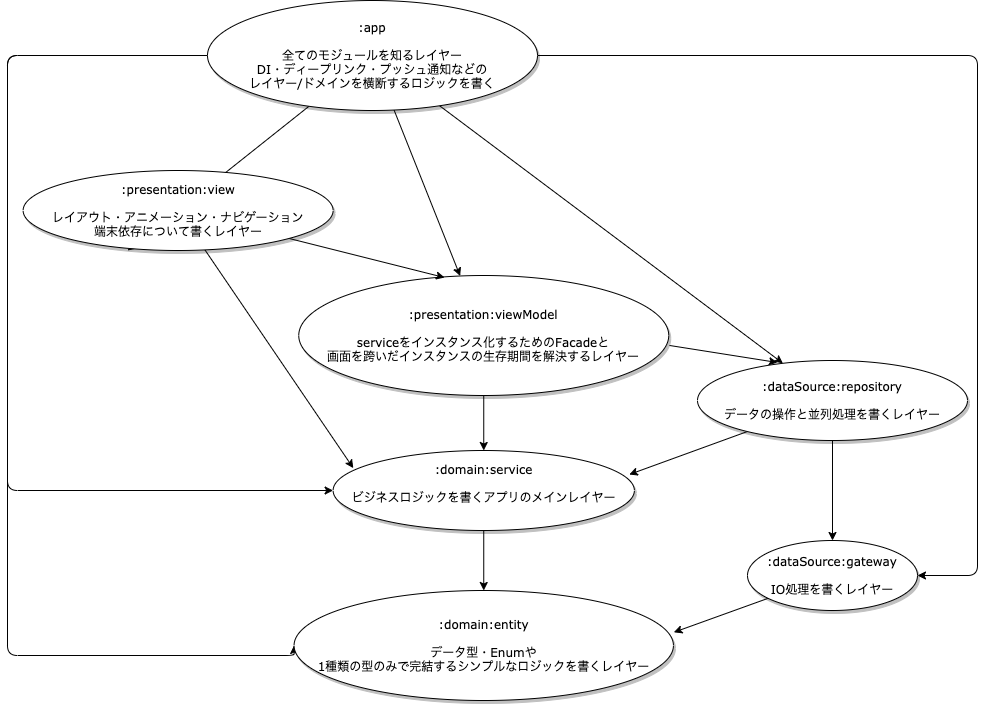
Before: document/ArchitectureDiagram.png, a diagram exported from draw.io (narumichi0710/AndroidArchitectureTemplate). Source tidied: cells renumbered, new cells last; positions are measured from the earlier drawing's top-left corner, leaving out a move shared by most shapes. Source of this version:
```xml
<mxGraphModel>
  <root>
    <mxCell id="0" />
    <mxCell id="1" parent="0" />
    <mxCell id="2" style="edgeStyle=none;rounded=1;jettySize=auto;html=1;entryX=0.337;entryY=1;entryDx=0;entryDy=0;entryPerimeter=0;" parent="1" edge="1" source="8" target="22">
      <mxGeometry relative="1" as="geometry" />
    </mxCell>
    <mxCell id="3" style="edgeStyle=none;rounded=1;jettySize=auto;html=1;" parent="1" edge="1" source="8" target="11">
      <mxGeometry relative="1" as="geometry" />
    </mxCell>
    <mxCell id="4" style="edgeStyle=none;rounded=1;jettySize=auto;html=1;" parent="1" edge="1" source="8" target="14">
      <mxGeometry relative="1" as="geometry" />
    </mxCell>
    <mxCell id="5" style="edgeStyle=orthogonalEdgeStyle;rounded=1;jettySize=auto;html=1;entryX=0;entryY=0.5;entryDx=0;entryDy=0;" parent="1" edge="1" source="8" target="19">
      <mxGeometry relative="1" as="geometry">
        <Array as="points">
          <mxPoint y="55" />
          <mxPoint y="655" />
        </Array>
      </mxGeometry>
    </mxCell>
    <mxCell id="6" style="edgeStyle=orthogonalEdgeStyle;rounded=1;jettySize=auto;html=1;entryX=0;entryY=0.5;entryDx=0;entryDy=0;" parent="1" edge="1" source="8" target="18">
      <mxGeometry relative="1" as="geometry">
        <Array as="points">
          <mxPoint y="55" />
          <mxPoint y="490" />
        </Array>
      </mxGeometry>
    </mxCell>
    <mxCell id="7" style="edgeStyle=orthogonalEdgeStyle;rounded=1;jettySize=auto;html=1;entryX=1;entryY=0.5;entryDx=0;entryDy=0;" parent="1" edge="1" source="8" target="16">
      <mxGeometry relative="1" as="geometry">
        <Array as="points">
          <mxPoint x="970" y="55" />
          <mxPoint x="970" y="575" />
        </Array>
      </mxGeometry>
    </mxCell>
    <mxCell id="8" value=":app&lt;br&gt;&lt;br&gt;全てのモジュールを知るレイヤー&lt;br&gt;DI・ディープリンク・プッシュ通知などの&lt;br&gt;レイヤー/ドメインを横断するロジックを書く" style="ellipse;whiteSpace=wrap;html=1;rounded=0;shadow=1;comic=0;labelBackgroundColor=none;strokeWidth=1;fontFamily=Verdana;fontSize=12;align=center;" parent="1" vertex="1">
      <mxGeometry x="200" width="330" height="110" as="geometry" />
    </mxCell>
    <mxCell id="9" style="edgeStyle=none;rounded=1;jettySize=auto;html=1;" parent="1" edge="1" source="11" target="18">
      <mxGeometry relative="1" as="geometry" />
    </mxCell>
    <mxCell id="10" style="edgeStyle=none;rounded=1;jettySize=auto;html=1;entryX=0.296;entryY=0.025;entryDx=0;entryDy=0;entryPerimeter=0;exitX=1.002;exitY=0.583;exitDx=0;exitDy=0;exitPerimeter=0;" parent="1" edge="1" source="11" target="14">
      <mxGeometry relative="1" as="geometry" />
    </mxCell>
    <mxCell id="11" value=":presentation:viewModel&lt;br&gt;&lt;br&gt;serviceをインスタンス化するためのFacadeと&lt;br&gt;画面を跨いだインスタンスの生存期間を解決するレイヤー" style="ellipse;whiteSpace=wrap;html=1;rounded=0;shadow=1;comic=0;labelBackgroundColor=none;strokeWidth=1;fontFamily=Verdana;fontSize=12;align=center;" parent="1" vertex="1">
      <mxGeometry x="291.2" y="275" width="370" height="120" as="geometry" />
    </mxCell>
    <mxCell id="12" style="edgeStyle=none;rounded=1;jettySize=auto;html=1;entryX=0.983;entryY=0.3;entryDx=0;entryDy=0;entryPerimeter=0;" parent="1" edge="1" source="14" target="18">
      <mxGeometry relative="1" as="geometry" />
    </mxCell>
    <mxCell id="13" style="edgeStyle=none;rounded=1;jettySize=auto;html=1;" parent="1" edge="1" source="14" target="16">
      <mxGeometry relative="1" as="geometry" />
    </mxCell>
    <mxCell id="14" value=":dataSource:repository&lt;br&gt;&lt;br&gt;データの操作と並列処理を書くレイヤー" style="ellipse;whiteSpace=wrap;html=1;rounded=0;shadow=1;comic=0;labelBackgroundColor=none;strokeWidth=1;fontFamily=Verdana;fontSize=12;align=center;" parent="1" vertex="1">
      <mxGeometry x="690" y="360" width="270" height="80" as="geometry" />
    </mxCell>
    <mxCell id="15" style="edgeStyle=none;rounded=1;jettySize=auto;html=1;entryX=1.001;entryY=0.38;entryDx=0;entryDy=0;entryPerimeter=0;" parent="1" edge="1" source="16" target="19">
      <mxGeometry relative="1" as="geometry" />
    </mxCell>
    <mxCell id="16" value=":dataSource:gateway&lt;br&gt;&lt;br&gt;IO処理を書くレイヤー" style="ellipse;whiteSpace=wrap;html=1;rounded=0;shadow=1;comic=0;labelBackgroundColor=none;strokeWidth=1;fontFamily=Verdana;fontSize=12;align=center;" parent="1" vertex="1">
      <mxGeometry x="740" y="540" width="170" height="70" as="geometry" />
    </mxCell>
    <mxCell id="17" style="edgeStyle=none;rounded=1;jettySize=auto;html=1;entryX=0.5;entryY=0;entryDx=0;entryDy=0;" parent="1" edge="1" source="18" target="19">
      <mxGeometry relative="1" as="geometry" />
    </mxCell>
    <mxCell id="18" value="&lt;span&gt;:domain:service&lt;br&gt;&lt;br&gt;ビジネスロジックを書くアプリのメインレイヤー&lt;br&gt;&lt;br&gt;&lt;/span&gt;" style="ellipse;whiteSpace=wrap;html=1;rounded=0;shadow=1;comic=0;labelBackgroundColor=none;strokeWidth=1;fontFamily=Verdana;fontSize=12;align=center;" parent="1" vertex="1">
      <mxGeometry x="325.6" y="450" width="301.3" height="80" as="geometry" />
    </mxCell>
    <mxCell id="19" value=":domain:entity&lt;br&gt;&lt;br&gt;データ型・Enumや&lt;br&gt;1種類の型のみで完結するシンプルなロジックを書くレイヤー" style="ellipse;whiteSpace=wrap;html=1;rounded=0;shadow=1;comic=0;labelBackgroundColor=none;strokeWidth=1;fontFamily=Verdana;fontSize=12;align=center;" parent="1" vertex="1">
      <mxGeometry x="286.6" y="590" width="379.4" height="110" as="geometry" />
    </mxCell>
    <mxCell id="20" style="edgeStyle=none;rounded=1;jettySize=auto;html=1;entryX=0.067;entryY=0.22;entryDx=0;entryDy=0;entryPerimeter=0;" parent="1" edge="1" source="22" target="18">
      <mxGeometry relative="1" as="geometry" />
    </mxCell>
    <mxCell id="21" style="edgeStyle=none;rounded=1;jettySize=auto;html=1;entryX=0.394;entryY=0.017;entryDx=0;entryDy=0;entryPerimeter=0;" parent="1" edge="1" source="22" target="11">
      <mxGeometry relative="1" as="geometry" />
    </mxCell>
    <mxCell id="22" value=":presentation:view&lt;br&gt;&lt;br&gt;レイアウト・アニメーション・ナビゲーション&lt;br&gt;端末依存について書くレイヤー" style="ellipse;whiteSpace=wrap;html=1;rounded=0;shadow=1;comic=0;labelBackgroundColor=none;strokeWidth=1;fontFamily=Verdana;fontSize=12;align=center;" parent="1" vertex="1">
      <mxGeometry x="15.6" y="170" width="310" height="80" as="geometry" />
    </mxCell>
  </root>
</mxGraphModel>
```
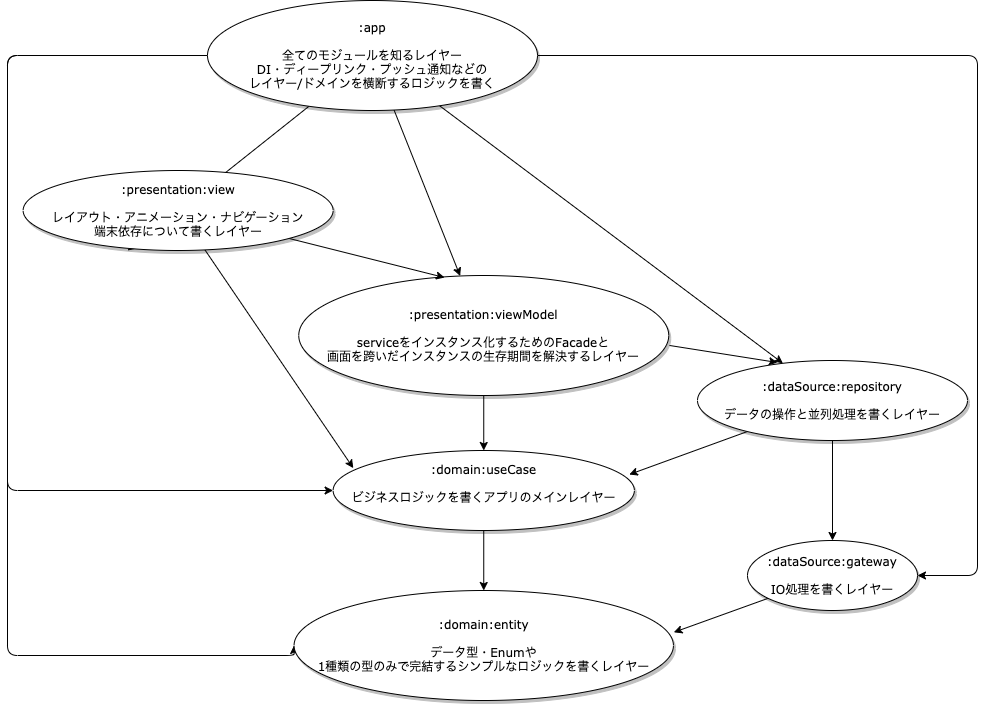
After the commit.

Commit message:
レイヤー名の変更に合わせて構成図も変更

What changed in the source:
```diff
@@ -65,7 +65,7 @@
     <mxCell id="17" style="edgeStyle=none;rounded=1;jettySize=auto;html=1;entryX=0.5;entryY=0;entryDx=0;entryDy=0;" parent="1" edge="1" source="18" target="19">
       <mxGeometry relative="1" as="geometry" />
     </mxCell>
-    <mxCell id="18" value="&lt;span&gt;:domain:service&lt;br&gt;&lt;br&gt;ビジネスロジックを書くアプリのメインレイヤー&lt;br&gt;&lt;br&gt;&lt;/span&gt;" style="ellipse;whiteSpace=wrap;html=1;rounded=0;shadow=1;comic=0;labelBackgroundColor=none;strokeWidth=1;fontFamily=Verdana;fontSize=12;align=center;" parent="1" vertex="1">
+    <mxCell id="18" value="&lt;span&gt;:domain:useCase&lt;br&gt;&lt;br&gt;ビジネスロジックを書くアプリのメインレイヤー&lt;br&gt;&lt;br&gt;&lt;/span&gt;" style="ellipse;whiteSpace=wrap;html=1;rounded=0;shadow=1;comic=0;labelBackgroundColor=none;strokeWidth=1;fontFamily=Verdana;fontSize=12;align=center;" parent="1" vertex="1">
       <mxGeometry x="325.6" y="450" width="301.3" height="80" as="geometry" />
     </mxCell>
     <mxCell id="19" value=":domain:entity&lt;br&gt;&lt;br&gt;データ型・Enumや&lt;br&gt;1種類の型のみで完結するシンプルなロジックを書くレイヤー" style="ellipse;whiteSpace=wrap;html=1;rounded=0;shadow=1;comic=0;labelBackgroundColor=none;strokeWidth=1;fontFamily=Verdana;fontSize=12;align=center;" parent="1" vertex="1">
```
